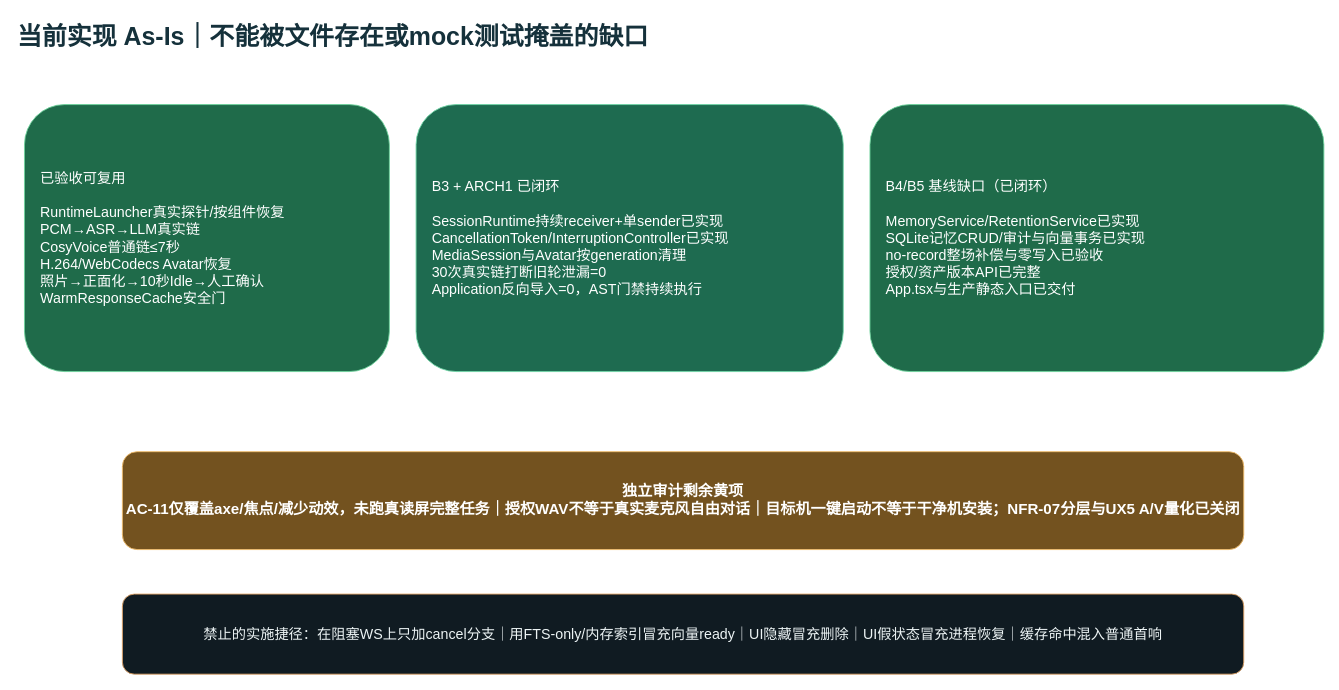
The draw.io diagram page "02-当前实现与真实缺口" (2 of 8) of docs/cyberWife-b3-b5-delivery-gap.drawio in ljx418/cyberWife, before the edit. Source tidied: cells renumbered, new cells numbered last; positions are measured from the earlier drawing's top-left corner, leaving out a move shared by most shapes. Both pictures are drawn from the tidied source at 89%, with x=0, y=0 at pixel (15, 15).
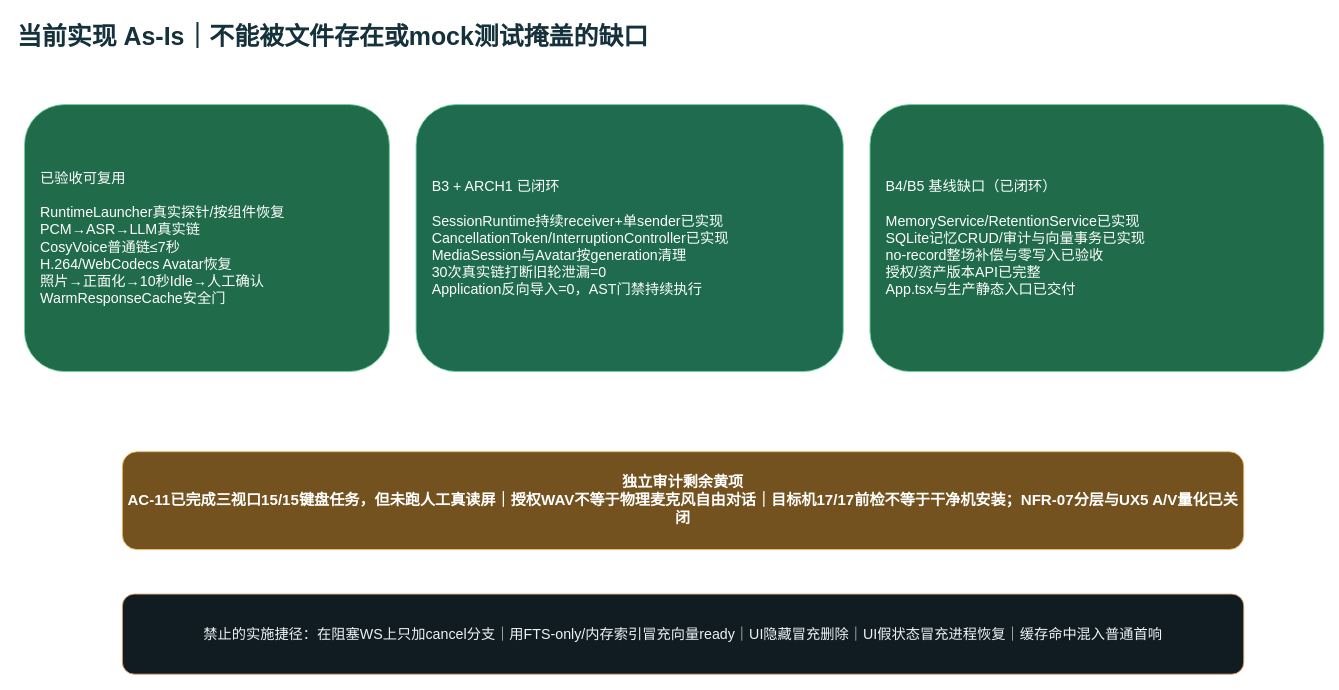
The same diagram, later.

The edit, as a diff of the source:
```diff
@@
 <mxGraphModel>
   <root>
     <mxCell id="0" />
     <mxCell id="1" parent="0" />
     <mxCell id="2" value="当前实现 As-Is｜不能被文件存在或mock测试掩盖的缺口" style="text;html=1;fontSize=28;fontStyle=1;fontColor=#15313B;" parent="1" vertex="1">
       <mxGeometry width="1300" height="50" as="geometry" />
     </mxCell>
     <mxCell id="3" value="已验收可复用&#10;&#10;RuntimeLauncher真实探针/按组件恢复&#10;PCM→ASR→LLM真实链&#10;CosyVoice普通链≤7秒&#10;H.264/WebCodecs Avatar恢复&#10;照片→正面化→10秒Idle→人工确认&#10;WarmResponseCache安全门" style="rounded=1;html=1;whiteSpace=wrap;fillColor=#1F6B4A;strokeColor=#6ED39C;fontColor=#FFFFFF;align=left;spacing=18;fontSize=16;" parent="1" vertex="1">
       <mxGeometry x="10" y="100" width="410" height="300" as="geometry" />
     </mxCell>
     <mxCell id="4" value="B3 + ARCH1 已闭环&#10;&#10;SessionRuntime持续receiver+单sender已实现&#10;CancellationToken/InterruptionController已实现&#10;MediaSession与Avatar按generation清理&#10;30次真实链打断旧轮泄漏=0&#10;Application反向导入=0，AST门禁持续执行" style="rounded=1;html=1;whiteSpace=wrap;fillColor=#1E6B50;strokeColor=#70D6A7;fontColor=#FFFFFF;align=left;spacing=18;fontSize=16;" parent="1" vertex="1">
       <mxGeometry x="450" y="100" width="480" height="300" as="geometry" />
     </mxCell>
     <mxCell id="5" value="B4/B5 基线缺口（已闭环）&#10;&#10;MemoryService/RetentionService已实现&#10;SQLite记忆CRUD/审计与向量事务已实现&#10;no-record整场补偿与零写入已验收&#10;授权/资产版本API已完整&#10;App.tsx与生产静态入口已交付" style="rounded=1;html=1;whiteSpace=wrap;fillColor=#1F6B4A;strokeColor=#6ED39C;fontColor=#FFFFFF;align=left;spacing=18;fontSize=16;" parent="1" vertex="1">
       <mxGeometry x="960" y="100" width="510" height="300" as="geometry" />
     </mxCell>
-    <mxCell id="6" value="独立审计剩余黄项&#10;AC-11仅覆盖axe/焦点/减少动效，未跑真读屏完整任务｜授权WAV不等于真实麦克风自由对话｜目标机一键启动不等于干净机安装；NFR-07分层与UX5 A/V量化已关闭" style="rounded=1;html=1;whiteSpace=wrap;fillColor=#73521F;strokeColor=#F2BD6B;fontColor=#FFFFFF;fontStyle=1;fontSize=17;" parent="1" vertex="1">
+    <mxCell id="6" value="独立审计剩余黄项&#10;AC-11已完成三视口15/15键盘任务，但未跑人工真读屏｜授权WAV不等于物理麦克风自由对话｜目标机17/17前检不等于干净机安装；NFR-07分层与UX5 A/V量化已关闭" style="rounded=1;html=1;whiteSpace=wrap;fillColor=#73521F;strokeColor=#F2BD6B;fontColor=#FFFFFF;fontStyle=1;fontSize=17;" parent="1" vertex="1">
       <mxGeometry x="120" y="490" width="1260" height="110" as="geometry" />
     </mxCell>
     <mxCell id="7" value="禁止的实施捷径：在阻塞WS上只加cancel分支｜用FTS-only/内存索引冒充向量ready｜UI隐藏冒充删除｜UI假状态冒充进程恢复｜缓存命中混入普通首响" style="rounded=1;html=1;whiteSpace=wrap;fillColor=#101B22;strokeColor=#E4A668;fontColor=#EDF4F5;fontSize=16;" parent="1" vertex="1">
       <mxGeometry x="120" y="650" width="1260" height="90" as="geometry" />
     </mxCell>
   </root>
 </mxGraphModel>
```
